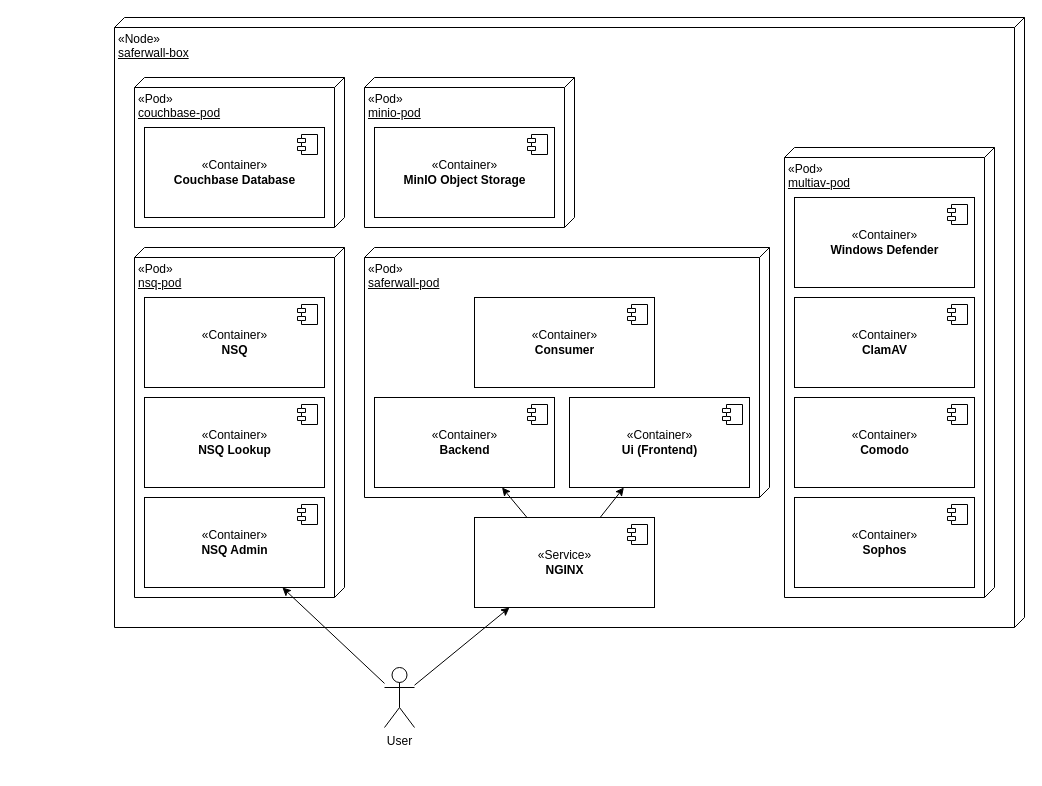
Earlier version of the draw.io diagram docs/resources/deployments.drawio (extra2000/saferwall-box). Source tidied: cells renumbered, new cells numbered last; positions are measured from the earlier drawing's top-left corner, leaving out a move shared by most shapes. Both pictures are drawn from the tidied source at 100%, with x=0, y=0 at pixel (114, 17).
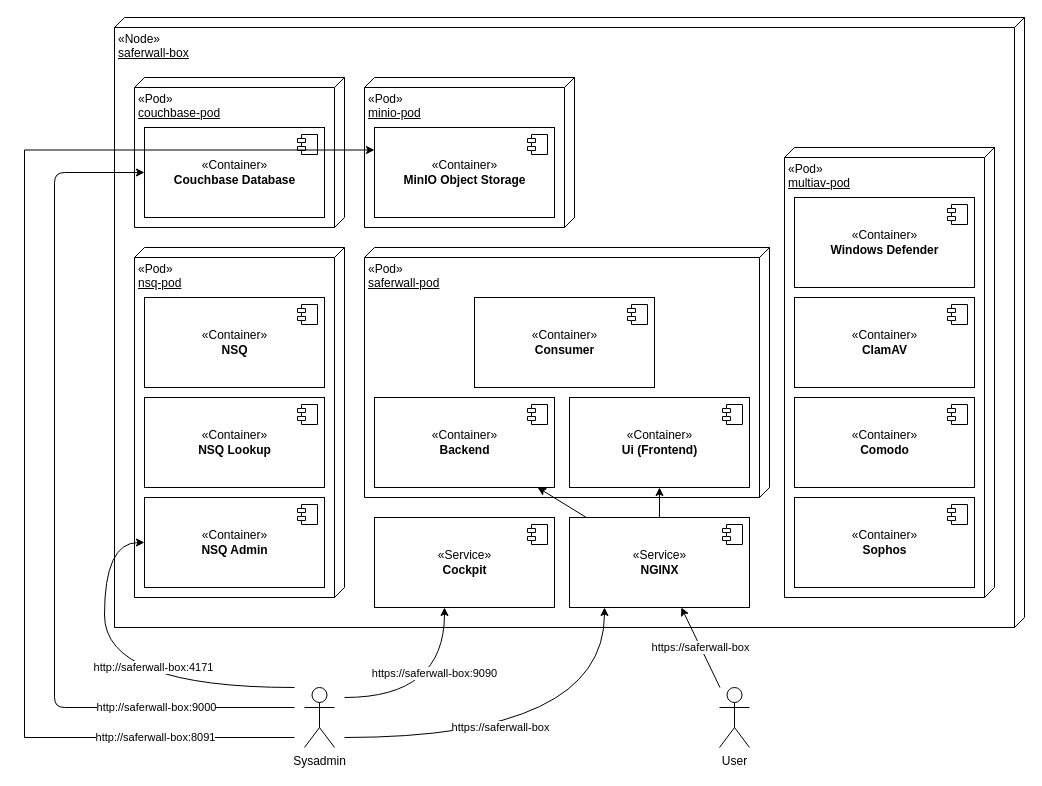
After the change.

The change refers to these unchanged cells:
```xml
<mxCell id="8" value="«Container»&lt;br&gt;&lt;b&gt;MinIO Object Storage&lt;/b&gt;" style="html=1;" parent="1" vertex="1">
  <mxGeometry x="260" y="110" width="180" height="90" as="geometry" />
</mxCell>
<mxCell id="16" value="«Container»&lt;br&gt;&lt;b&gt;Couchbase Database&lt;/b&gt;" style="html=1;" parent="1" vertex="1">
  <mxGeometry x="30" y="110" width="180" height="90" as="geometry" />
</mxCell>
<mxCell id="38" value="«Container»&lt;br&gt;&lt;b&gt;NSQ Admin&lt;/b&gt;" style="html=1;" parent="1" vertex="1">
  <mxGeometry x="30" y="480" width="180" height="90" as="geometry" />
</mxCell>
```

The edit, as a diff of the source:
```diff
@@
-    <mxCell id="18" style="rounded=0;jettySize=auto;html=1;" parent="1" edge="1" source="20" target="36">
+    <mxCell id="18" value="https://saferwall-box" style="rounded=0;jettySize=auto;html=1;" parent="1" edge="1" source="20" target="36">
       <mxGeometry relative="1" as="geometry" />
     </mxCell>
-    <mxCell id="19" style="edgeStyle=none;rounded=0;jettySize=auto;html=1;" parent="1" edge="1" source="20" target="38">
-      <mxGeometry relative="1" as="geometry" />
-    </mxCell>
     <mxCell id="20" value="User" style="shape=umlActor;verticalLabelPosition=bottom;verticalAlign=top;html=1;outlineConnect=0;" parent="1" vertex="1">
-      <mxGeometry x="270" y="650" width="30" height="60" as="geometry" />
+      <mxGeometry x="605" y="670" width="30" height="60" as="geometry" />
     </mxCell>
@@
     <mxCell id="36" value="«Service»&lt;br&gt;&lt;b&gt;NGINX&lt;/b&gt;" style="html=1;" parent="1" vertex="1">
-      <mxGeometry x="360" y="500" width="180" height="90" as="geometry" />
+      <mxGeometry x="455" y="500" width="180" height="90" as="geometry" />
     </mxCell>
@@
+    <mxCell id="40" value="«Service»&lt;br&gt;&lt;b&gt;Cockpit&lt;/b&gt;" style="html=1;" parent="1" vertex="1">
+      <mxGeometry x="260" y="500" width="180" height="90" as="geometry" />
+    </mxCell>
+    <mxCell id="41" style="shape=component;jettyWidth=8;jettyHeight=4;" parent="40" vertex="1">
+      <mxGeometry x="1" width="20" height="20" relative="1" as="geometry">
+        <mxPoint x="-27" y="7" as="offset" />
+      </mxGeometry>
+    </mxCell>
+    <mxCell id="42" value="https://saferwall-box" style="jettySize=auto;html=1;edgeStyle=orthogonalEdgeStyle;curved=1;" parent="1" edge="1" target="36">
+      <mxGeometry x="-0.2" y="10" relative="1" as="geometry">
+        <mxPoint x="230" y="720" as="sourcePoint" />
+        <Array as="points">
+          <mxPoint x="490" y="720" />
+        </Array>
+      </mxGeometry>
+    </mxCell>
+    <mxCell id="43" value="https://saferwall-box:9090" style="edgeStyle=orthogonalEdgeStyle;jettySize=auto;html=1;strokeColor=#000000;curved=1;" parent="1" edge="1" target="40">
+      <mxGeometry x="0.3" y="10" relative="1" as="geometry">
+        <mxPoint x="230" y="680" as="sourcePoint" />
+        <Array as="points">
+          <mxPoint x="330" y="680" />
+        </Array>
+      </mxGeometry>
+    </mxCell>
+    <mxCell id="44" value="http://saferwall-box:4171" style="edgeStyle=elbowEdgeStyle;jettySize=auto;html=1;curved=1;" parent="1" edge="1" target="38">
+      <mxGeometry x="-0.25" y="-20" relative="1" as="geometry">
+        <mxPoint x="180" y="670" as="sourcePoint" />
+        <Array as="points">
+          <mxPoint x="-10" y="610" />
+        </Array>
+      </mxGeometry>
+    </mxCell>
+    <mxCell id="45" value="http://saferwall-box:9000" style="edgeStyle=elbowEdgeStyle;jettySize=auto;html=1;strokeColor=#000000;rounded=1;" parent="1" edge="1" target="16">
+      <mxGeometry x="-0.68" relative="1" as="geometry">
+        <mxPoint x="180" y="690" as="sourcePoint" />
+        <Array as="points">
+          <mxPoint x="-60" y="440" />
+        </Array>
+      </mxGeometry>
+    </mxCell>
+    <mxCell id="46" value="http://saferwall-box:8091" style="edgeStyle=elbowEdgeStyle;rounded=0;jettySize=auto;html=1;strokeColor=#000000;entryX=0;entryY=0.25;entryDx=0;entryDy=0;" parent="1" edge="1" target="8">
+      <mxGeometry x="-0.77" relative="1" as="geometry">
+        <mxPoint x="180" y="720" as="sourcePoint" />
+        <Array as="points">
+          <mxPoint x="-90" y="430" />
+          <mxPoint x="-150" y="430" />
+          <mxPoint x="-100" y="160" />
+          <mxPoint x="-90" y="160" />
+        </Array>
+      </mxGeometry>
+    </mxCell>
+    <mxCell id="47" value="Sysadmin" style="shape=umlActor;verticalLabelPosition=bottom;verticalAlign=top;html=1;" parent="1" vertex="1">
+      <mxGeometry x="190" y="670" width="30" height="60" as="geometry" />
+    </mxCell>
```
